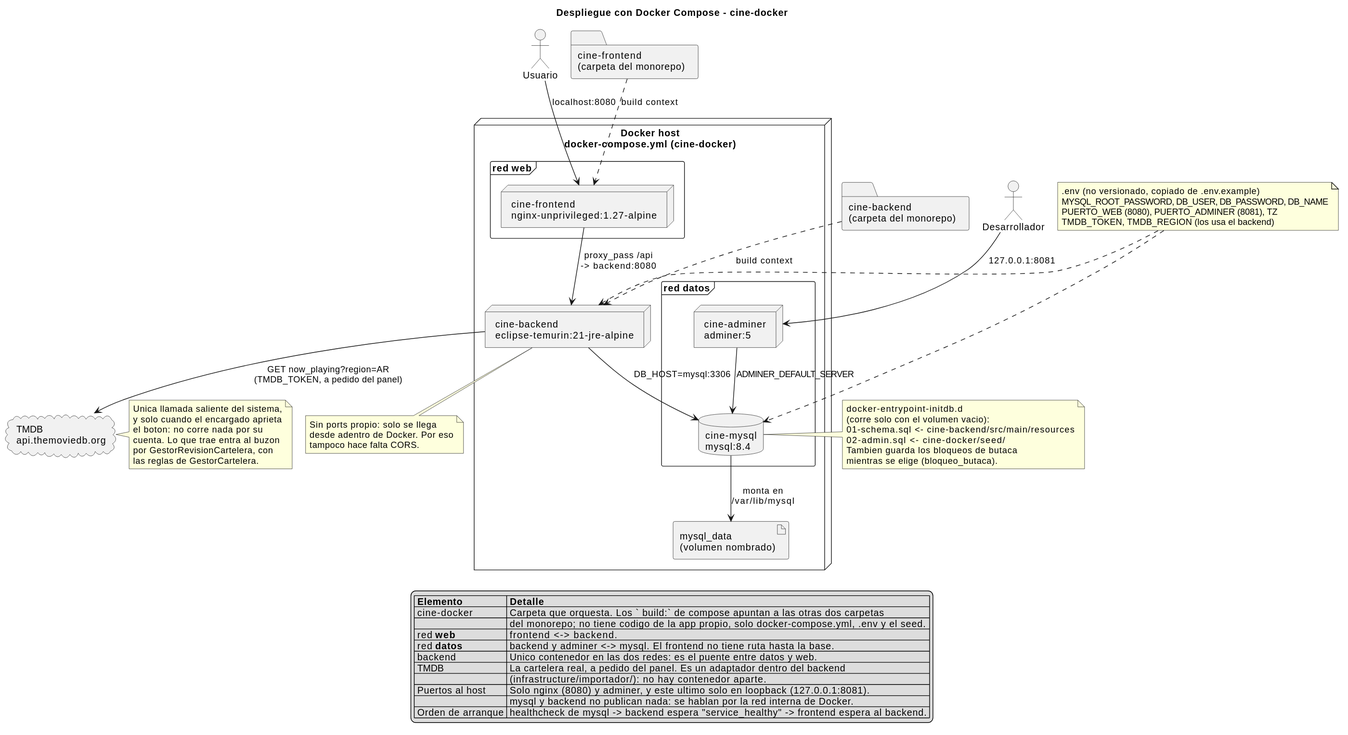
Earlier version of the PlantUML export _other/docs/diagramas/docker-despliegue.svg (andreiveisuade/cine-uade).
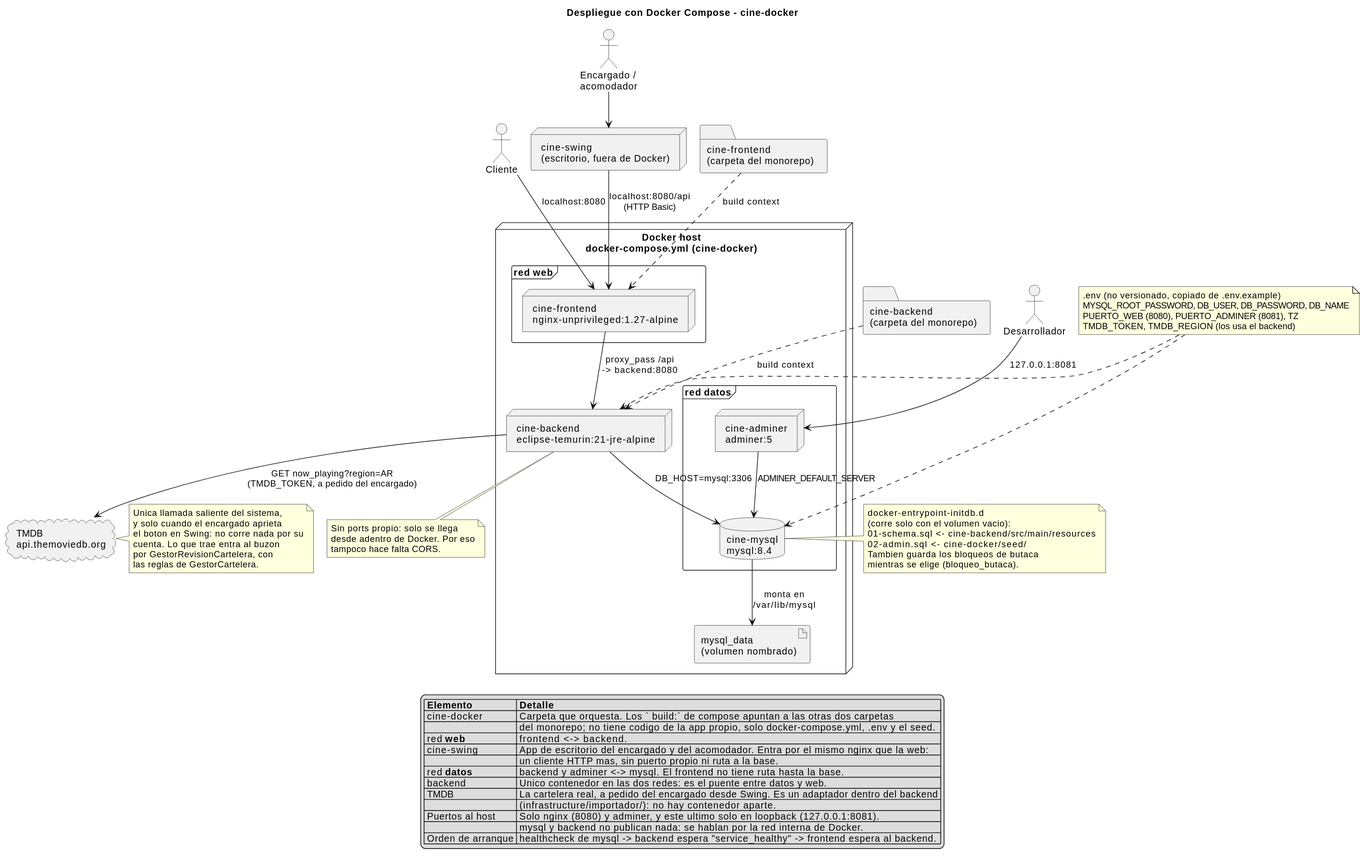
The same file after the commit.

The edit, as a diff of the source:
```diff
@@ -4,7 +4,9 @@
 skinparam nodesep 20
 skinparam ranksep 45
 
-actor "Usuario" as usuario
+actor "Cliente" as usuario
+actor "Encargado /\nacomodador" as encargado
+node "cine-swing\n(escritorio, fuera de Docker)" as swing
 
 folder "cine-frontend\n(carpeta del monorepo)" as repoFrontend
 folder "cine-backend\n(carpeta del monorepo)" as repoBackend
@@ -31,10 +33,12 @@
 repoBackend .down.> backend : build context
 
 usuario --> frontend : "localhost:8080"
+encargado --> swing
+swing --> frontend : "localhost:8080/api\n(HTTP Basic)"
 dev --> adminer : "127.0.0.1:8081"
 
 frontend --> backend : proxy_pass /api\n-> backend:8080
-backend --> tmdb : GET now_playing?region=AR\n(TMDB_TOKEN, a pedido del panel)
+backend --> tmdb : GET now_playing?region=AR\n(TMDB_TOKEN, a pedido del encargado)
 backend --> mysql : DB_HOST=mysql:3306
 adminer --> mysql : ADMINER_DEFAULT_SERVER
 mysql --> vol : monta en\n/var/lib/mysql
@@ -57,7 +61,7 @@
 note right of tmdb
   Unica llamada saliente del sistema,
   y solo cuando el encargado aprieta
-  el boton: no corre nada por su
+  el boton en Swing: no corre nada por su
   cuenta. Lo que trae entra al buzon
   por GestorRevisionCartelera, con
   las reglas de GestorCartelera.
@@ -77,9 +81,11 @@
   | cine-docker | Carpeta que orquesta. Los ` build:` de compose apuntan a las otras dos carpetas |
   |  | del monorepo; no tiene codigo de la app propio, solo docker-compose.yml, .env y el seed. |
   | red **web** | frontend <-> backend. |
+  | cine-swing | App de escritorio del encargado y del acomodador. Entra por el mismo nginx que la web: |
+  |  | un cliente HTTP mas, sin puerto propio ni ruta a la base. |
   | red **datos** | backend y adminer <-> mysql. El frontend no tiene ruta hasta la base. |
   | backend | Unico contenedor en las dos redes: es el puente entre datos y web. |
-  | TMDB | La cartelera real, a pedido del panel. Es un adaptador dentro del backend |
+  | TMDB | La cartelera real, a pedido del encargado desde Swing. Es un adaptador dentro del backend |
   |  | (infrastructure/importador/): no hay contenedor aparte. |
   | Puertos al host | Solo nginx (8080) y adminer, y este ultimo solo en loopback (127.0.0.1:8081). |
   |  | mysql y backend no publican nada: se hablan por la red interna de Docker. |
```
